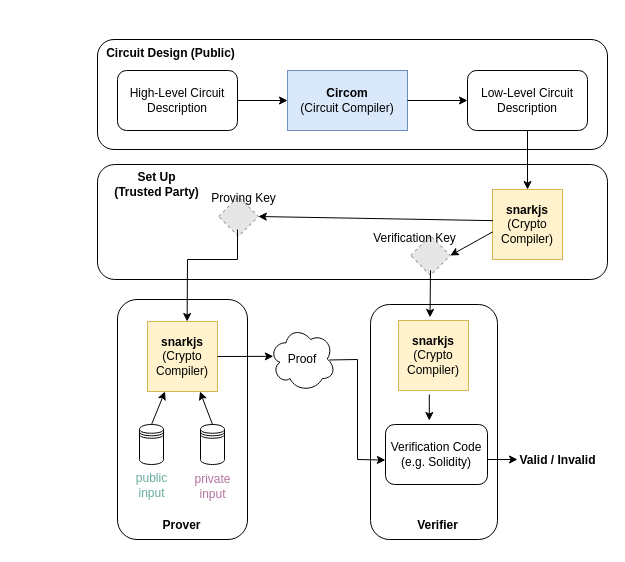
The draw.io diagram fig/circom-overview.drawio in Koukyosyumei/MyZKP, before the edit. Source tidied: cells renumbered, new cells numbered last; positions are measured from the earlier drawing's top-left corner, leaving out a move shared by most shapes. Both pictures are drawn from the tidied source at 100%, with x=0, y=0 at pixel (95, 38). Pictures stored in the file or linked from it are replaced by grey dashed boxes.
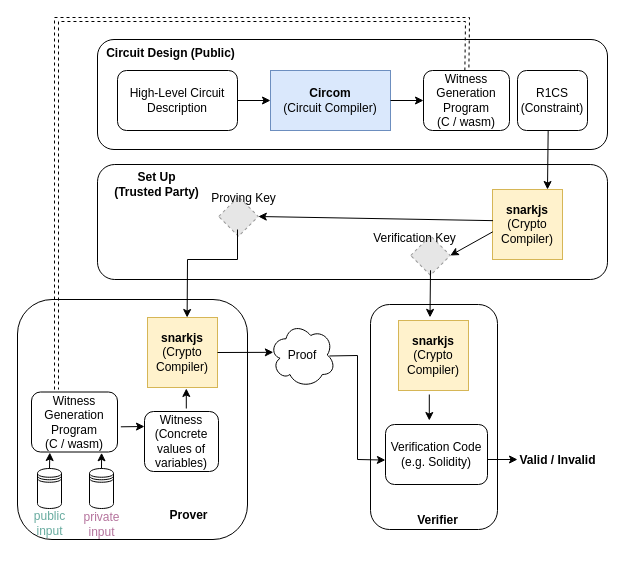
After the change.

Commit message:
circom-overview.drawio を更新します

Unchanged cells that the change refers to:
```xml
<mxCell id="8" value="&lt;b&gt;snarkjs&lt;/b&gt;&lt;div&gt;(Crypto Compiler)&lt;/div&gt;" style="whiteSpace=wrap;html=1;fillColor=#fff2cc;strokeColor=#d6b656;" parent="1" vertex="1">
  <mxGeometry x="397" y="151" width="70" height="70" as="geometry" />
</mxCell>
<mxCell id="31" value="Verification Code&lt;div&gt;(e.g. Solidity)&lt;/div&gt;" style="rounded=1;whiteSpace=wrap;html=1;" parent="1" vertex="1">
  <mxGeometry x="290" y="386" width="102" height="60" as="geometry" />
</mxCell>
```

Diff of the diagram source:
```diff
@@
+    <mxCell id="16" style="rounded=1;whiteSpace=wrap;html=1;fillColor=none;" parent="1" vertex="1">
+      <mxGeometry x="2" y="1" width="510" height="110" as="geometry" />
+    </mxCell>
@@
     <mxCell id="4" value="&lt;b&gt;Circom&lt;/b&gt;&lt;div&gt;(Circuit Compiler)&lt;/div&gt;" style="rounded=0;whiteSpace=wrap;html=1;fillColor=#dae8fc;strokeColor=#6c8ebf;" parent="1" vertex="1">
-      <mxGeometry x="192" y="32" width="120" height="60" as="geometry" />
+      <mxGeometry x="175" y="32" width="120" height="60" as="geometry" />
     </mxCell>
@@
-    <mxCell id="6" value="Low-Level Circuit&lt;div&gt;Description&lt;/div&gt;" style="rounded=1;whiteSpace=wrap;html=1;" parent="1" vertex="1">
-      <mxGeometry x="372" y="32" width="120" height="60" as="geometry" />
+    <mxCell id="6" value="R1CS&lt;div&gt;(Constraint)&lt;/div&gt;" style="rounded=1;whiteSpace=wrap;html=1;" parent="1" vertex="1">
+      <mxGeometry x="422" y="32" width="70" height="60" as="geometry" />
     </mxCell>
-    <mxCell id="7" style="endArrow=classic;html=1;rounded=0;exitX=1;exitY=0.5;exitDx=0;exitDy=0;entryX=0;entryY=0.5;entryDx=0;entryDy=0;" parent="1" edge="1" source="4" target="6">
+    <mxCell id="7" style="endArrow=classic;html=1;rounded=0;exitX=1;exitY=0.5;exitDx=0;exitDy=0;entryX=0;entryY=0.5;entryDx=0;entryDy=0;" parent="1" edge="1" source="4" target="40">
       <mxGeometry relative="1" as="geometry" />
     </mxCell>
@@
-    <mxCell id="9" style="endArrow=classic;html=1;rounded=0;exitX=0.5;exitY=1;exitDx=0;exitDy=0;entryX=0.5;entryY=0;entryDx=0;entryDy=0;" parent="1" edge="1" source="6" target="8">
-      <mxGeometry relative="1" as="geometry" />
+    <mxCell id="9" style="endArrow=classic;html=1;rounded=0;exitX=0.438;exitY=1.009;exitDx=0;exitDy=0;exitPerimeter=0;" parent="1" edge="1" source="6">
+      <mxGeometry relative="1" as="geometry">
+        <mxPoint x="452" y="151" as="targetPoint" />
+      </mxGeometry>
     </mxCell>
@@
-    <mxCell id="16" style="rounded=1;whiteSpace=wrap;html=1;fillColor=none;" parent="1" vertex="1">
-      <mxGeometry x="2" y="1" width="510" height="110" as="geometry" />
-    </mxCell>
@@
     <mxCell id="19" style="rounded=1;whiteSpace=wrap;html=1;fillColor=none;" parent="1" vertex="1">
-      <mxGeometry x="275" y="266" width="127" height="235" as="geometry" />
+      <mxGeometry x="275" y="266" width="127" height="225" as="geometry" />
     </mxCell>
@@
     <mxCell id="21" style="rounded=1;whiteSpace=wrap;html=1;fillColor=none;" parent="1" vertex="1">
-      <mxGeometry x="22" y="261" width="130" height="240" as="geometry" />
+      <mxGeometry x="-78" y="261" width="230" height="240" as="geometry" />
     </mxCell>
     <mxCell id="22" value="&lt;b&gt;snarkjs&lt;/b&gt;&lt;div&gt;(Crypto Compiler)&lt;/div&gt;" style="whiteSpace=wrap;html=1;fillColor=#fff2cc;strokeColor=#d6b656;" parent="1" vertex="1">
-      <mxGeometry x="52" y="283" width="70" height="70" as="geometry" />
+      <mxGeometry x="52" y="279" width="70" height="70" as="geometry" />
     </mxCell>
     <mxCell id="23" style="shape=datastore;whiteSpace=wrap;html=1;" parent="1" vertex="1">
-      <mxGeometry x="44" y="386" width="24" height="40" as="geometry" />
+      <mxGeometry x="-58" y="430" width="24" height="40" as="geometry" />
     </mxCell>
     <mxCell id="24" style="shape=datastore;whiteSpace=wrap;html=1;" parent="1" vertex="1">
-      <mxGeometry x="105" y="386" width="24" height="40" as="geometry" />
+      <mxGeometry x="-6" y="430" width="24" height="40" as="geometry" />
     </mxCell>
     <mxCell id="25" value="public&lt;div&gt;input&lt;/div&gt;" style="text;html=1;align=center;verticalAlign=middle;strokeColor=none;fillColor=none;fontColor=#67AB9F;" parent="1" vertex="1">
-      <mxGeometry x="31" y="427" width="50" height="40" as="geometry" />
+      <mxGeometry x="-71" y="465" width="50" height="40" as="geometry" />
     </mxCell>
     <mxCell id="26" value="&lt;font color=&quot;#b5739d&quot;&gt;private&lt;/font&gt;&lt;div&gt;&lt;font color=&quot;#b5739d&quot;&gt;input&lt;/font&gt;&lt;/div&gt;" style="text;html=1;align=center;verticalAlign=middle;strokeColor=none;fillColor=none;" parent="1" vertex="1">
-      <mxGeometry x="87" y="428" width="60" height="40" as="geometry" />
+      <mxGeometry x="-24" y="466" width="60" height="40" as="geometry" />
     </mxCell>
-    <mxCell id="27" style="endArrow=classic;html=1;rounded=0;exitX=0.5;exitY=0;exitDx=0;exitDy=0;entryX=0.25;entryY=1;entryDx=0;entryDy=0;" parent="1" edge="1" source="23" target="22">
+    <mxCell id="27" style="endArrow=classic;html=1;rounded=0;exitX=0.5;exitY=0;exitDx=0;exitDy=0;entryX=0.213;entryY=1.009;entryDx=0;entryDy=0;entryPerimeter=0;" parent="1" edge="1" source="23" target="42">
       <mxGeometry relative="1" as="geometry" />
     </mxCell>
-    <mxCell id="28" style="endArrow=classic;html=1;rounded=0;exitX=0.5;exitY=0;exitDx=0;exitDy=0;entryX=0.75;entryY=1;entryDx=0;entryDy=0;" parent="1" edge="1" source="24" target="22">
+    <mxCell id="28" style="endArrow=classic;html=1;rounded=0;exitX=0.5;exitY=0;exitDx=0;exitDy=0;entryX=0.815;entryY=1.013;entryDx=0;entryDy=0;entryPerimeter=0;" parent="1" edge="1" source="24" target="42">
       <mxGeometry relative="1" as="geometry" />
     </mxCell>
@@
     <mxCell id="30" value="Proof" style="shape=cloud;whiteSpace=wrap;html=1;" parent="1" vertex="1">
-      <mxGeometry x="174" y="288" width="66" height="65" as="geometry" />
+      <mxGeometry x="174" y="284" width="66" height="65" as="geometry" />
     </mxCell>
@@
     <mxCell id="33" style="endArrow=classic;html=1;rounded=0;exitX=0.907;exitY=0.515;exitDx=0;exitDy=0;exitPerimeter=0;entryX=-0.001;entryY=0.593;entryDx=0;entryDy=0;entryPerimeter=0;" parent="1" edge="1" source="30" target="31">
       <mxGeometry relative="1" as="geometry">
         <Array as="points">
-          <mxPoint x="262" y="321" />
+          <mxPoint x="262" y="317" />
           <mxPoint x="262" y="421" />
         </Array>
       </mxGeometry>
     </mxCell>
@@
     <mxCell id="38" value="Prover" style="text;html=1;align=center;verticalAlign=middle;strokeColor=none;fillColor=none;fontStyle=1;" parent="1" vertex="1">
-      <mxGeometry x="56" y="472" width="60" height="30" as="geometry" />
+      <mxGeometry x="63" y="462" width="60" height="30" as="geometry" />
     </mxCell>
     <mxCell id="39" value="Verifier" style="text;html=1;align=center;verticalAlign=middle;strokeColor=none;fillColor=none;fontStyle=1;" parent="1" vertex="1">
-      <mxGeometry x="312" y="472" width="60" height="30" as="geometry" />
+      <mxGeometry x="312" y="467" width="60" height="30" as="geometry" />
     </mxCell>
+    <mxCell id="40" value="Witness Generation&lt;div&gt;Program&lt;/div&gt;&lt;div&gt;(C / wasm)&lt;/div&gt;" style="rounded=1;whiteSpace=wrap;html=1;" parent="1" vertex="1">
+      <mxGeometry x="328" y="32" width="86" height="60" as="geometry" />
+    </mxCell>
+    <mxCell id="41" style="endArrow=classic;html=1;rounded=0;entryX=0.148;entryY=0.375;entryDx=0;entryDy=0;entryPerimeter=0;dashed=1;shape=link;" parent="1" edge="1" source="40">
+      <mxGeometry relative="1" as="geometry">
+        <mxPoint x="-39" y="351" as="targetPoint" />
+        <Array as="points">
+          <mxPoint x="372" y="-19" />
+          <mxPoint x="-39" y="-19" />
+        </Array>
+      </mxGeometry>
+    </mxCell>
+    <mxCell id="42" value="Witness Generation&lt;div&gt;Program&lt;/div&gt;&lt;div&gt;(C / wasm)&lt;/div&gt;" style="rounded=1;whiteSpace=wrap;html=1;" parent="1" vertex="1">
+      <mxGeometry x="-64" y="353.5" width="86" height="60" as="geometry" />
+    </mxCell>
+    <mxCell id="43" value="Witness&lt;div&gt;(Concrete values of variables)&lt;/div&gt;" style="rounded=1;whiteSpace=wrap;html=1;" parent="1" vertex="1">
+      <mxGeometry x="49" y="373" width="74" height="60" as="geometry" />
+    </mxCell>
+    <mxCell id="44" style="endArrow=classic;html=1;rounded=0;exitX=1.039;exitY=0.58;exitDx=0;exitDy=0;exitPerimeter=0;entryX=0;entryY=0.25;entryDx=0;entryDy=0;" parent="1" edge="1" source="42" target="43">
+      <mxGeometry relative="1" as="geometry" />
+    </mxCell>
+    <mxCell id="45" style="endArrow=classic;html=1;rounded=0;" parent="1" edge="1">
+      <mxGeometry relative="1" as="geometry">
+        <mxPoint x="90.8" y="370" as="sourcePoint" />
+        <mxPoint x="90.8" y="350" as="targetPoint" />
+      </mxGeometry>
+    </mxCell>
```
